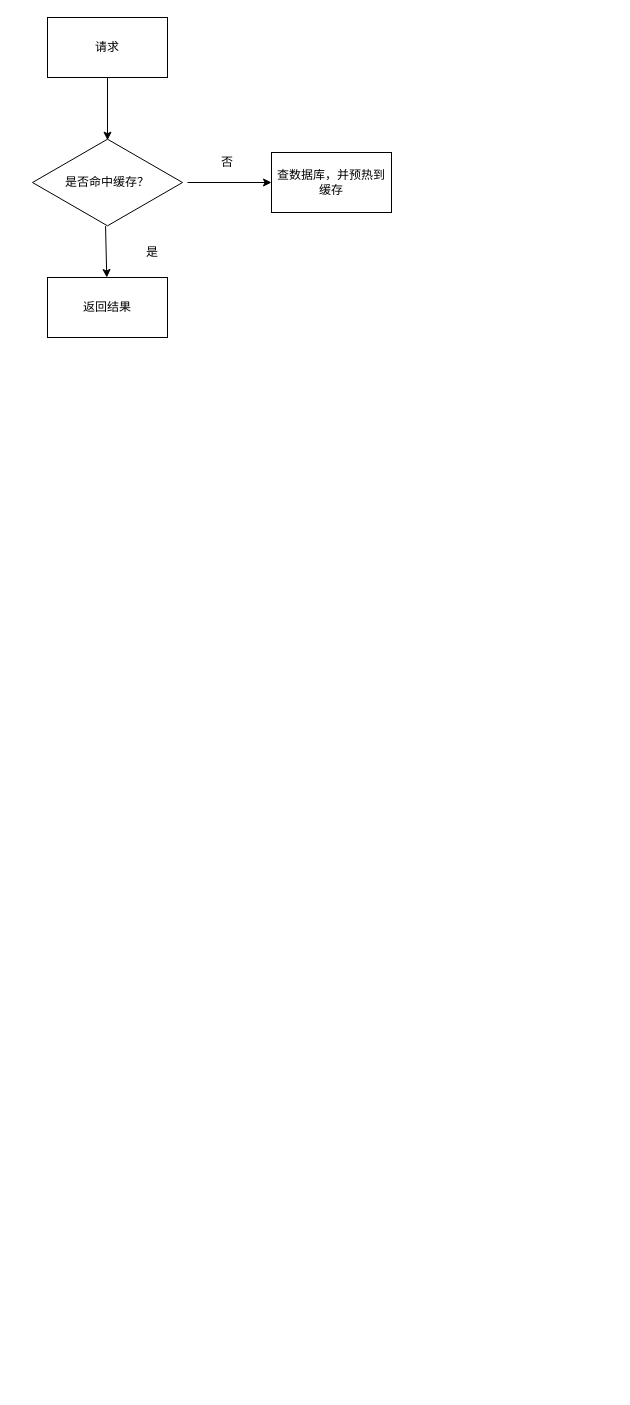
The draw.io diagram drawio/Redis.drawio in u014427391/javatrainingcamp, before the edit. Source tidied: cells renumbered, new cells numbered last; positions are measured from the earlier drawing's top-left corner, leaving out a move shared by most shapes. Both pictures are drawn from the tidied source at 100%, with x=0, y=0 at pixel (32, 17).
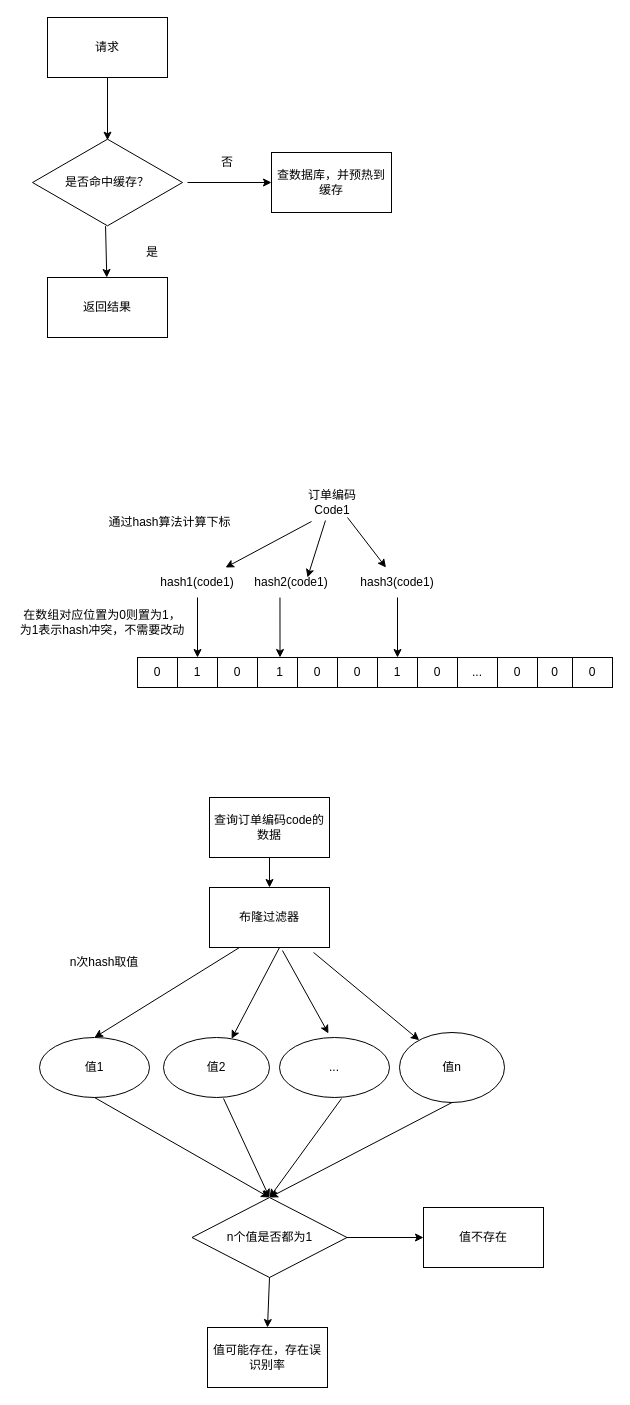
After the change.

The edit, as a diff of the source:
```diff
@@
+    <mxCell id="11" style="endArrow=classic;html=1;rounded=0;exitX=0.383;exitY=1.1;exitDx=0;exitDy=0;exitPerimeter=0;" parent="1" edge="1" source="24">
+      <mxGeometry relative="1" as="geometry">
+        <mxPoint x="275" y="560" as="targetPoint" />
+      </mxGeometry>
+    </mxCell>
@@
+    <mxCell id="12" value="0" style="rounded=0;whiteSpace=wrap;html=1;" parent="1" vertex="1">
+      <mxGeometry x="105" y="640" width="40" height="30" as="geometry" />
+    </mxCell>
+    <mxCell id="13" value="1" style="rounded=0;whiteSpace=wrap;html=1;" parent="1" vertex="1">
+      <mxGeometry x="145" y="640" width="40" height="30" as="geometry" />
+    </mxCell>
+    <mxCell id="14" value="0" style="rounded=0;whiteSpace=wrap;html=1;" parent="1" vertex="1">
+      <mxGeometry x="185" y="640" width="40" height="30" as="geometry" />
+    </mxCell>
+    <mxCell id="15" value="1" style="rounded=0;whiteSpace=wrap;html=1;" parent="1" vertex="1">
+      <mxGeometry x="225" y="640" width="45" height="30" as="geometry" />
+    </mxCell>
+    <mxCell id="16" value="0" style="rounded=0;whiteSpace=wrap;html=1;" parent="1" vertex="1">
+      <mxGeometry x="265" y="640" width="40" height="30" as="geometry" />
+    </mxCell>
+    <mxCell id="17" value="0" style="rounded=0;whiteSpace=wrap;html=1;" parent="1" vertex="1">
+      <mxGeometry x="305" y="640" width="40" height="30" as="geometry" />
+    </mxCell>
+    <mxCell id="18" value="1" style="rounded=0;whiteSpace=wrap;html=1;" parent="1" vertex="1">
+      <mxGeometry x="345" y="640" width="40" height="30" as="geometry" />
+    </mxCell>
+    <mxCell id="19" value="0" style="rounded=0;whiteSpace=wrap;html=1;" parent="1" vertex="1">
+      <mxGeometry x="385" y="640" width="40" height="30" as="geometry" />
+    </mxCell>
+    <mxCell id="20" value="..." style="rounded=0;whiteSpace=wrap;html=1;" parent="1" vertex="1">
+      <mxGeometry x="425" y="640" width="40" height="30" as="geometry" />
+    </mxCell>
+    <mxCell id="21" value="0" style="rounded=0;whiteSpace=wrap;html=1;" parent="1" vertex="1">
+      <mxGeometry x="465" y="640" width="40" height="30" as="geometry" />
+    </mxCell>
+    <mxCell id="22" value="0" style="rounded=0;whiteSpace=wrap;html=1;" parent="1" vertex="1">
+      <mxGeometry x="505" y="640" width="35" height="30" as="geometry" />
+    </mxCell>
+    <mxCell id="23" value="0" style="rounded=0;whiteSpace=wrap;html=1;" parent="1" vertex="1">
+      <mxGeometry x="540" y="640" width="40" height="30" as="geometry" />
+    </mxCell>
+    <mxCell id="24" value="订单编码Code1" style="text;html=1;strokeColor=none;fillColor=none;align=center;verticalAlign=middle;whiteSpace=wrap;rounded=0;" parent="1" vertex="1">
+      <mxGeometry x="270" y="470" width="60" height="30" as="geometry" />
+    </mxCell>
+    <mxCell id="25" value="hash1(code1)" style="text;html=1;strokeColor=none;fillColor=none;align=center;verticalAlign=middle;whiteSpace=wrap;rounded=0;" parent="1" vertex="1">
+      <mxGeometry x="135" y="550" width="60" height="30" as="geometry" />
+    </mxCell>
+    <mxCell id="26" value="hash3(code1)" style="text;html=1;strokeColor=none;fillColor=none;align=center;verticalAlign=middle;whiteSpace=wrap;rounded=0;" parent="1" vertex="1">
+      <mxGeometry x="335" y="550" width="60" height="30" as="geometry" />
+    </mxCell>
+    <mxCell id="27" style="endArrow=classic;html=1;rounded=0;exitX=0.15;exitY=1.133;exitDx=0;exitDy=0;exitPerimeter=0;" parent="1" edge="1" source="24" target="25">
+      <mxGeometry relative="1" as="geometry" />
+    </mxCell>
+    <mxCell id="28" value="hash2(code1)" style="text;html=1;strokeColor=none;fillColor=none;align=center;verticalAlign=middle;whiteSpace=wrap;rounded=0;" parent="1" vertex="1">
+      <mxGeometry x="229" y="550" width="60" height="30" as="geometry" />
+    </mxCell>
+    <mxCell id="29" style="endArrow=classic;html=1;rounded=0;exitX=0.75;exitY=1;exitDx=0;exitDy=0;" parent="1" edge="1" source="24" target="26">
+      <mxGeometry relative="1" as="geometry" />
+    </mxCell>
+    <mxCell id="30" style="endArrow=classic;html=1;rounded=0;exitX=0.5;exitY=1;exitDx=0;exitDy=0;" parent="1" edge="1" source="25" target="13">
+      <mxGeometry relative="1" as="geometry" />
+    </mxCell>
+    <mxCell id="31" style="endArrow=classic;html=1;rounded=0;exitX=0.308;exitY=1;exitDx=0;exitDy=0;entryX=0.5;entryY=0;entryDx=0;entryDy=0;exitPerimeter=0;" parent="1" edge="1" source="28" target="15">
+      <mxGeometry relative="1" as="geometry" />
+    </mxCell>
+    <mxCell id="32" style="endArrow=classic;html=1;rounded=0;exitX=0.5;exitY=1;exitDx=0;exitDy=0;" parent="1" edge="1" source="26" target="18">
+      <mxGeometry relative="1" as="geometry" />
+    </mxCell>
+    <mxCell id="33" value="通过hash算法计算下标" style="text;html=1;strokeColor=none;fillColor=none;align=center;verticalAlign=middle;whiteSpace=wrap;rounded=0;" parent="1" vertex="1">
+      <mxGeometry x="75" y="490" width="125" height="30" as="geometry" />
+    </mxCell>
+    <mxCell id="34" value="在数组对应位置为0则置为1，为1表示hash冲突，不需要改动" style="text;html=1;strokeColor=none;fillColor=none;align=center;verticalAlign=middle;whiteSpace=wrap;rounded=0;" parent="1" vertex="1">
+      <mxGeometry x="-15" y="590" width="170" height="30" as="geometry" />
+    </mxCell>
+    <mxCell id="35" value="查询订单编码code的数据" style="rounded=0;whiteSpace=wrap;html=1;" parent="1" vertex="1">
+      <mxGeometry x="177" y="780" width="120" height="60" as="geometry" />
+    </mxCell>
+    <mxCell id="36" value="布隆过滤器" style="rounded=0;whiteSpace=wrap;html=1;" parent="1" vertex="1">
+      <mxGeometry x="177" y="870" width="120" height="60" as="geometry" />
+    </mxCell>
+    <mxCell id="37" value="值1" style="ellipse;whiteSpace=wrap;html=1;" parent="1" vertex="1">
+      <mxGeometry x="7" y="1020" width="110" height="60" as="geometry" />
+    </mxCell>
+    <mxCell id="38" value="值2" style="ellipse;whiteSpace=wrap;html=1;" parent="1" vertex="1">
+      <mxGeometry x="131" y="1020" width="106" height="60" as="geometry" />
+    </mxCell>
+    <mxCell id="39" value="..." style="ellipse;whiteSpace=wrap;html=1;" parent="1" vertex="1">
+      <mxGeometry x="247" y="1020" width="110" height="60" as="geometry" />
+    </mxCell>
+    <mxCell id="40" value="值n" style="ellipse;whiteSpace=wrap;html=1;" parent="1" vertex="1">
+      <mxGeometry x="367" y="1015" width="105" height="70" as="geometry" />
+    </mxCell>
+    <mxCell id="41" style="endArrow=classic;html=1;rounded=0;exitX=0.5;exitY=1;exitDx=0;exitDy=0;entryX=0.5;entryY=0;entryDx=0;entryDy=0;" parent="1" edge="1" source="35" target="36">
+      <mxGeometry relative="1" as="geometry" />
+    </mxCell>
+    <mxCell id="42" style="endArrow=classic;html=1;rounded=0;exitX=0.25;exitY=1;exitDx=0;exitDy=0;entryX=0.5;entryY=0;entryDx=0;entryDy=0;" parent="1" edge="1" source="36" target="37">
+      <mxGeometry relative="1" as="geometry" />
+    </mxCell>
+    <mxCell id="43" style="endArrow=classic;html=1;rounded=0;" parent="1" edge="1" target="38">
+      <mxGeometry relative="1" as="geometry">
+        <mxPoint x="247" y="930" as="sourcePoint" />
+      </mxGeometry>
+    </mxCell>
+    <mxCell id="44" style="endArrow=classic;html=1;rounded=0;exitX=0.608;exitY=1.05;exitDx=0;exitDy=0;exitPerimeter=0;entryX=0.445;entryY=-0.067;entryDx=0;entryDy=0;entryPerimeter=0;" parent="1" edge="1" source="36" target="39">
+      <mxGeometry relative="1" as="geometry" />
+    </mxCell>
+    <mxCell id="45" style="endArrow=classic;html=1;rounded=0;exitX=0.867;exitY=1.083;exitDx=0;exitDy=0;exitPerimeter=0;" parent="1" edge="1" source="36" target="40">
+      <mxGeometry relative="1" as="geometry" />
+    </mxCell>
+    <mxCell id="46" value="n次hash取值" style="text;html=1;strokeColor=none;fillColor=none;align=center;verticalAlign=middle;whiteSpace=wrap;rounded=0;" parent="1" vertex="1">
+      <mxGeometry x="27" y="930" width="90" height="30" as="geometry" />
+    </mxCell>
+    <mxCell id="47" value="n个值是否都为1" style="rhombus;whiteSpace=wrap;html=1;" parent="1" vertex="1">
+      <mxGeometry x="159.5" y="1180" width="155" height="80" as="geometry" />
+    </mxCell>
+    <mxCell id="48" style="endArrow=classic;html=1;rounded=0;exitX=0.5;exitY=1;exitDx=0;exitDy=0;entryX=0.5;entryY=0;entryDx=0;entryDy=0;" parent="1" edge="1" source="37" target="47">
+      <mxGeometry relative="1" as="geometry" />
+    </mxCell>
+    <mxCell id="49" style="endArrow=classic;html=1;rounded=0;exitX=0.566;exitY=1.017;exitDx=0;exitDy=0;exitPerimeter=0;" parent="1" edge="1" source="38">
+      <mxGeometry relative="1" as="geometry">
+        <mxPoint x="237" y="1180" as="targetPoint" />
+      </mxGeometry>
+    </mxCell>
+    <mxCell id="50" style="endArrow=classic;html=1;rounded=0;exitX=0.564;exitY=1.017;exitDx=0;exitDy=0;exitPerimeter=0;" parent="1" edge="1" source="39">
+      <mxGeometry relative="1" as="geometry">
+        <mxPoint x="237" y="1180" as="targetPoint" />
+      </mxGeometry>
+    </mxCell>
+    <mxCell id="51" style="endArrow=classic;html=1;rounded=0;exitX=0.5;exitY=1;exitDx=0;exitDy=0;entryX=0.5;entryY=0;entryDx=0;entryDy=0;" parent="1" edge="1" source="40" target="47">
+      <mxGeometry relative="1" as="geometry" />
+    </mxCell>
+    <mxCell id="52" value="值可能存在，存在误识别率" style="rounded=0;whiteSpace=wrap;html=1;" parent="1" vertex="1">
+      <mxGeometry x="175" y="1310" width="120" height="60" as="geometry" />
+    </mxCell>
+    <mxCell id="53" value="值不存在" style="rounded=0;whiteSpace=wrap;html=1;" parent="1" vertex="1">
+      <mxGeometry x="391" y="1190" width="120" height="60" as="geometry" />
+    </mxCell>
+    <mxCell id="54" style="endArrow=classic;html=1;rounded=0;exitX=1;exitY=0.5;exitDx=0;exitDy=0;entryX=0;entryY=0.5;entryDx=0;entryDy=0;" parent="1" edge="1" source="47" target="53">
+      <mxGeometry relative="1" as="geometry" />
+    </mxCell>
+    <mxCell id="55" style="endArrow=classic;html=1;rounded=0;exitX=0.5;exitY=1;exitDx=0;exitDy=0;entryX=0.5;entryY=0;entryDx=0;entryDy=0;" parent="1" edge="1" source="47" target="52">
+      <mxGeometry relative="1" as="geometry" />
+    </mxCell>
```
